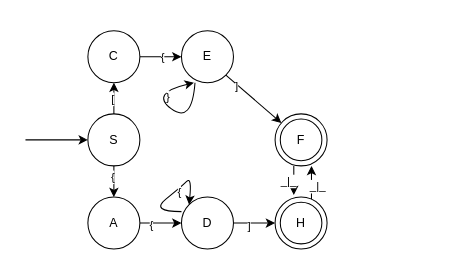
This is КА.drawio from lyudmilareshetyuk/draw.io, a draw.io file, before an edit. Source tidied: cells renumbered, new cells numbered last; positions are measured from the earlier drawing's top-left corner, leaving out a move shared by most shapes. Both pictures are drawn from the tidied source at 104%, with x=0, y=0 at pixel (25, 30).
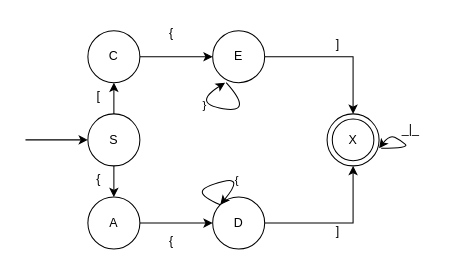
The same diagram, later.

The change refers to these unchanged cells:
```xml
<mxCell id="7" style="edgeStyle=orthogonalEdgeStyle;rounded=0;jettySize=auto;html=1;entryX=0;entryY=0.5;entryDx=0;entryDy=0;" parent="1" edge="1" source="9" target="6">
  <mxGeometry relative="1" as="geometry" />
</mxCell>
<mxCell id="10" style="edgeStyle=orthogonalEdgeStyle;rounded=0;jettySize=auto;html=1;exitX=0.5;exitY=0;exitDx=0;exitDy=0;entryX=0.5;entryY=1;entryDx=0;entryDy=0;" parent="1" edge="1" source="14" target="18">
  <mxGeometry relative="1" as="geometry" />
</mxCell>
<mxCell id="12" style="edgeStyle=orthogonalEdgeStyle;rounded=0;jettySize=auto;html=1;entryX=0.5;entryY=0;entryDx=0;entryDy=0;" parent="1" edge="1" source="14" target="9">
  <mxGeometry relative="1" as="geometry" />
</mxCell>
<mxCell id="16" style="edgeStyle=orthogonalEdgeStyle;rounded=0;jettySize=auto;html=1;entryX=0;entryY=0.5;entryDx=0;entryDy=0;" parent="1" edge="1" source="18" target="15">
  <mxGeometry relative="1" as="geometry" />
</mxCell>
```

What changed in the source:
```diff
@@
     <mxCell id="2" style="ellipse;whiteSpace=wrap;html=1;" parent="1" vertex="1">
-      <mxGeometry x="240" y="80" width="50" height="50" as="geometry" />
+      <mxGeometry x="290" y="80" width="50" height="50" as="geometry" />
     </mxCell>
-    <mxCell id="3" value="F" style="ellipse;whiteSpace=wrap;html=1;" parent="1" vertex="1">
-      <mxGeometry x="245" y="85" width="40" height="40" as="geometry" />
+    <mxCell id="3" value="X" style="ellipse;whiteSpace=wrap;html=1;" parent="1" vertex="1">
+      <mxGeometry x="295" y="85" width="40" height="40" as="geometry" />
     </mxCell>
-    <mxCell id="4" style="edgeStyle=orthogonalEdgeStyle;rounded=0;jettySize=auto;html=1;entryX=0;entryY=0.5;entryDx=0;entryDy=0;" parent="1" edge="1" source="6" target="21">
-      <mxGeometry relative="1" as="geometry" />
-    </mxCell>
-    <mxCell id="5" value="]" style="edgeLabel;html=1;align=center;verticalAlign=middle;" parent="4" vertex="1">
-      <mxGeometry x="-0.3" y="-2" relative="1" as="geometry" />
-    </mxCell>
+    <mxCell id="32" style="edgeStyle=orthogonalEdgeStyle;rounded=0;jettySize=auto;html=1;entryX=0.5;entryY=1;entryDx=0;entryDy=0;" parent="1" edge="1" source="6" target="2">
+      <mxGeometry relative="1" as="geometry" />
+    </mxCell>
     <mxCell id="6" value="D" style="ellipse;whiteSpace=wrap;html=1;" parent="1" vertex="1">
-      <mxGeometry x="150" y="160" width="50" height="50" as="geometry" />
+      <mxGeometry x="180" y="160" width="50" height="50" as="geometry" />
     </mxCell>
@@
-    <mxCell id="8" value="{" style="edgeLabel;html=1;align=center;verticalAlign=middle;" parent="7" vertex="1">
-      <mxGeometry x="-0.5" y="-1" relative="1" as="geometry" />
-    </mxCell>
@@
-    <mxCell id="11" value="[" style="edgeLabel;html=1;align=center;verticalAlign=middle;" parent="10" vertex="1">
-      <mxGeometry y="2" relative="1" as="geometry" />
-    </mxCell>
@@
-    <mxCell id="13" value="{" style="edgeLabel;html=1;align=center;verticalAlign=middle;" parent="12" vertex="1">
-      <mxGeometry x="0.2" y="-2" relative="1" as="geometry" />
-    </mxCell>
@@
+    <mxCell id="26" style="edgeStyle=orthogonalEdgeStyle;rounded=0;jettySize=auto;html=1;entryX=0.5;entryY=0;entryDx=0;entryDy=0;" parent="1" edge="1" source="15" target="2">
+      <mxGeometry relative="1" as="geometry" />
+    </mxCell>
     <mxCell id="15" value="E" style="ellipse;whiteSpace=wrap;html=1;" parent="1" vertex="1">
-      <mxGeometry x="150" width="50" height="50" as="geometry" />
+      <mxGeometry x="180" width="50" height="50" as="geometry" />
     </mxCell>
@@
-    <mxCell id="17" value="{" style="edgeLabel;html=1;align=center;verticalAlign=middle;" parent="16" vertex="1">
-      <mxGeometry x="0.05" relative="1" as="geometry" />
-    </mxCell>
@@
-    <mxCell id="19" style="edgeStyle=orthogonalEdgeStyle;rounded=0;jettySize=auto;html=1;entryX=0.7;entryY=1;entryDx=0;entryDy=0;exitX=0.68;exitY=0.04;exitDx=0;exitDy=0;exitPerimeter=0;entryPerimeter=0;" parent="1" edge="1" source="21" target="2">
-      <mxGeometry relative="1" as="geometry" />
-    </mxCell>
-    <mxCell id="20" value="_|_" style="edgeLabel;html=1;align=center;verticalAlign=middle;" parent="19" vertex="1">
-      <mxGeometry x="-0.15" y="-5" relative="1" as="geometry" />
-    </mxCell>
-    <mxCell id="21" style="ellipse;whiteSpace=wrap;html=1;" parent="1" vertex="1">
-      <mxGeometry x="240" y="160" width="50" height="50" as="geometry" />
-    </mxCell>
-    <mxCell id="22" value="H" style="ellipse;whiteSpace=wrap;html=1;" parent="1" vertex="1">
-      <mxGeometry x="245" y="165" width="40" height="40" as="geometry" />
-    </mxCell>
@@
-    <mxCell id="24" style="endArrow=classic;html=1;rounded=0;" parent="1" edge="1">
-      <mxGeometry relative="1" as="geometry">
-        <mxPoint x="258" y="130" as="sourcePoint" />
-        <mxPoint x="258" y="158" as="targetPoint" />
-      </mxGeometry>
-    </mxCell>
-    <mxCell id="25" value="_|_" style="edgeLabel;html=1;align=center;verticalAlign=middle;" parent="24" vertex="1">
-      <mxGeometry y="-6" relative="1" as="geometry" />
-    </mxCell>
-    <mxCell id="26" style="endArrow=classic;html=1;rounded=0;exitX=1;exitY=1;exitDx=0;exitDy=0;" parent="1" edge="1" source="15" target="2">
-      <mxGeometry relative="1" as="geometry" />
-    </mxCell>
-    <mxCell id="27" value="]" style="edgeLabel;html=1;align=center;verticalAlign=middle;" parent="26" vertex="1">
-      <mxGeometry x="-0.57" y="-2" relative="1" as="geometry" />
-    </mxCell>
-    <mxCell id="28" style="curved=1;endArrow=classic;html=1;rounded=0;entryX=0;entryY=0;entryDx=0;entryDy=0;" parent="1" edge="1" target="6">
+    <mxCell id="28" style="curved=1;endArrow=classic;html=1;rounded=0;entryX=0;entryY=0;entryDx=0;entryDy=0;exitX=0;exitY=0;exitDx=0;exitDy=0;" parent="1" edge="1" source="6" target="6">
       <mxGeometry relative="1" as="geometry">
-        <mxPoint x="150" y="174" as="sourcePoint" />
         <Array as="points">
-          <mxPoint x="120" y="174" />
-          <mxPoint x="150" y="150" />
-          <mxPoint x="160" y="140" />
+          <mxPoint x="170" y="160" />
+          <mxPoint x="170" y="150" />
+          <mxPoint x="210" y="140" />
         </Array>
       </mxGeometry>
     </mxCell>
@@
     <mxCell id="30" style="curved=1;endArrow=classic;html=1;rounded=0;exitX=0.26;exitY=1;exitDx=0;exitDy=0;entryX=0.24;entryY=1;entryDx=0;entryDy=0;entryPerimeter=0;exitPerimeter=0;" parent="1" edge="1" source="15" target="15">
       <mxGeometry relative="1" as="geometry">
         <Array as="points">
-          <mxPoint x="160" y="90" />
-          <mxPoint x="120" y="60" />
+          <mxPoint x="220" y="80" />
+          <mxPoint x="160" y="70" />
         </Array>
       </mxGeometry>
     </mxCell>
@@
+    <mxCell id="33" value="{" style="text;html=1;align=center;verticalAlign=middle;strokeColor=none;fillColor=none;" parent="1" vertex="1">
+      <mxGeometry x="55" y="128" width="30" height="30" as="geometry" />
+    </mxCell>
+    <mxCell id="11" value="[" style="text;html=1;align=center;verticalAlign=middle;strokeColor=none;fillColor=none;" parent="1" vertex="1">
+      <mxGeometry x="55" y="48" width="30" height="30" as="geometry" />
+    </mxCell>
+    <mxCell id="34" value="{" style="text;html=1;align=center;verticalAlign=middle;strokeColor=none;fillColor=none;" parent="1" vertex="1">
+      <mxGeometry x="125" y="188" width="30" height="30" as="geometry" />
+    </mxCell>
+    <mxCell id="35" value="{" style="text;html=1;align=center;verticalAlign=middle;strokeColor=none;fillColor=none;" parent="1" vertex="1">
+      <mxGeometry x="125" y="-12" width="30" height="30" as="geometry" />
+    </mxCell>
+    <mxCell id="36" value="]" style="text;html=1;align=center;verticalAlign=middle;strokeColor=none;fillColor=none;" parent="1" vertex="1">
+      <mxGeometry x="285" y="-2" width="30" height="30" as="geometry" />
+    </mxCell>
+    <mxCell id="37" value="]" style="text;html=1;align=center;verticalAlign=middle;strokeColor=none;fillColor=none;" parent="1" vertex="1">
+      <mxGeometry x="285" y="178" width="30" height="30" as="geometry" />
+    </mxCell>
+    <mxCell id="38" style="curved=1;endArrow=classic;html=1;rounded=0;exitX=1.04;exitY=0.66;exitDx=0;exitDy=0;exitPerimeter=0;" parent="1" edge="1" source="2">
+      <mxGeometry relative="1" as="geometry">
+        <mxPoint x="340" y="113" as="targetPoint" />
+        <Array as="points">
+          <mxPoint x="370" y="113" />
+          <mxPoint x="360" y="105" />
+          <mxPoint x="350" y="100" />
+        </Array>
+      </mxGeometry>
+    </mxCell>
+    <mxCell id="39" value="_|_" style="text;html=1;align=center;verticalAlign=middle;strokeColor=none;fillColor=none;" parent="1" vertex="1">
+      <mxGeometry x="350" y="80" width="40" height="30" as="geometry" />
+    </mxCell>
```
